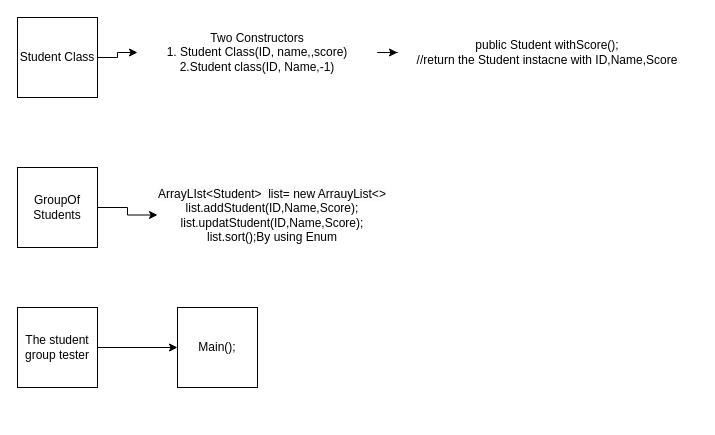
This is Untitled Diagram.drawio from katherinezhou112/JavaPratice, a draw.io file, before an edit. Source tidied: cells renumbered, new cells numbered last; positions are measured from the earlier drawing's top-left corner, leaving out a move shared by most shapes. Both pictures are drawn from the tidied source at 100%, with x=0, y=0 at pixel (17, 17).
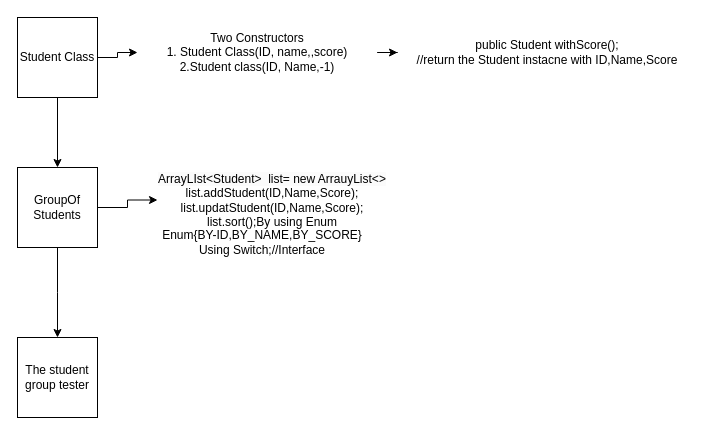
The same page after the edit.

What changed in the source:
```diff
@@
 <mxGraphModel>
   <root>
     <mxCell id="0" />
     <mxCell id="1" parent="0" />
     <mxCell id="2" style="edgeStyle=orthogonalEdgeStyle;rounded=0;jettySize=auto;html=1;" parent="1" edge="1" source="3" target="9">
       <mxGeometry relative="1" as="geometry" />
     </mxCell>
+    <mxCell id="13" style="edgeStyle=orthogonalEdgeStyle;rounded=0;jettySize=auto;html=1;" parent="1" edge="1" source="3" target="7">
+      <mxGeometry relative="1" as="geometry" />
+    </mxCell>
     <mxCell id="3" value="Student Class&lt;br&gt;" style="whiteSpace=wrap;html=1;" parent="1" vertex="1">
       <mxGeometry width="80" height="80" as="geometry" />
     </mxCell>
-    <mxCell id="4" style="edgeStyle=orthogonalEdgeStyle;rounded=0;jettySize=auto;html=1;" parent="1" edge="1" source="5" target="11">
-      <mxGeometry relative="1" as="geometry" />
-    </mxCell>
     <mxCell id="5" value="The student group tester" style="whiteSpace=wrap;html=1;" parent="1" vertex="1">
-      <mxGeometry y="290" width="80" height="80" as="geometry" />
+      <mxGeometry y="320" width="80" height="80" as="geometry" />
     </mxCell>
     <mxCell id="6" style="edgeStyle=orthogonalEdgeStyle;rounded=0;jettySize=auto;html=1;" parent="1" edge="1" source="7" target="12">
       <mxGeometry relative="1" as="geometry" />
     </mxCell>
+    <mxCell id="14" style="edgeStyle=orthogonalEdgeStyle;rounded=0;jettySize=auto;html=1;" parent="1" edge="1" source="7">
+      <mxGeometry relative="1" as="geometry">
+        <mxPoint x="40" y="320" as="targetPoint" />
+      </mxGeometry>
+    </mxCell>
     <mxCell id="7" value="GroupOf&lt;br&gt;Students" style="whiteSpace=wrap;html=1;" parent="1" vertex="1">
       <mxGeometry y="150" width="80" height="80" as="geometry" />
     </mxCell>
     <mxCell id="8" style="edgeStyle=orthogonalEdgeStyle;rounded=0;jettySize=auto;html=1;" parent="1" edge="1" source="9" target="10">
       <mxGeometry relative="1" as="geometry" />
     </mxCell>
     <mxCell id="9" value="Two Constructors&lt;br&gt;1. Student Class(ID, name,,score)&lt;br&gt;2.Student class(ID, Name,-1)" style="text;html=1;strokeColor=none;fillColor=none;align=center;verticalAlign=middle;whiteSpace=wrap;rounded=0;" parent="1" vertex="1">
       <mxGeometry x="120" y="20" width="240" height="30" as="geometry" />
     </mxCell>
     <mxCell id="10" value="public Student withScore();&lt;br&gt;//return the Student instacne with ID,Name,Score" style="text;html=1;strokeColor=none;fillColor=none;align=center;verticalAlign=middle;whiteSpace=wrap;rounded=0;" parent="1" vertex="1">
       <mxGeometry x="380" y="20" width="300" height="30" as="geometry" />
     </mxCell>
-    <mxCell id="11" value="Main();" style="whiteSpace=wrap;html=1;" parent="1" vertex="1">
-      <mxGeometry x="160" y="290" width="80" height="80" as="geometry" />
-    </mxCell>
     <mxCell id="12" value="&lt;br&gt;&lt;span style=&quot;color: rgb(0, 0, 0); font-family: Helvetica; font-size: 12px; font-style: normal; font-variant-ligatures: normal; font-variant-caps: normal; font-weight: 400; letter-spacing: normal; orphans: 2; text-align: center; text-indent: 0px; text-transform: none; widows: 2; word-spacing: 0px; -webkit-text-stroke-width: 0px; background-color: rgb(251, 251, 251); text-decoration-thickness: initial; text-decoration-style: initial; text-decoration-color: initial; float: none; display: inline !important;&quot;&gt;ArrayLIst&amp;lt;Student&amp;gt;&amp;nbsp; list= new ArrauyList&amp;lt;&amp;gt;&lt;br&gt;&lt;/span&gt;list.addStudent(ID,Name,Score);&lt;br&gt;list.updatStudent(ID,Name,Score);&lt;br&gt;list.sort();By using Enum&lt;br&gt;&lt;br&gt;" style="text;html=1;strokeColor=none;fillColor=none;align=center;verticalAlign=middle;whiteSpace=wrap;rounded=0;" parent="1" vertex="1">
-      <mxGeometry x="140" y="155" width="230" height="85" as="geometry" />
+      <mxGeometry x="140" y="140" width="230" height="85" as="geometry" />
     </mxCell>
+    <mxCell id="15" value="Enum{BY-ID,BY_NAME,BY_SCORE}&lt;br&gt;Using Switch;//Interface" style="text;html=1;strokeColor=none;fillColor=none;align=center;verticalAlign=middle;whiteSpace=wrap;rounded=0;" parent="1" vertex="1">
+      <mxGeometry x="120" y="210" width="250" height="30" as="geometry" />
+    </mxCell>
   </root>
 </mxGraphModel>
```
